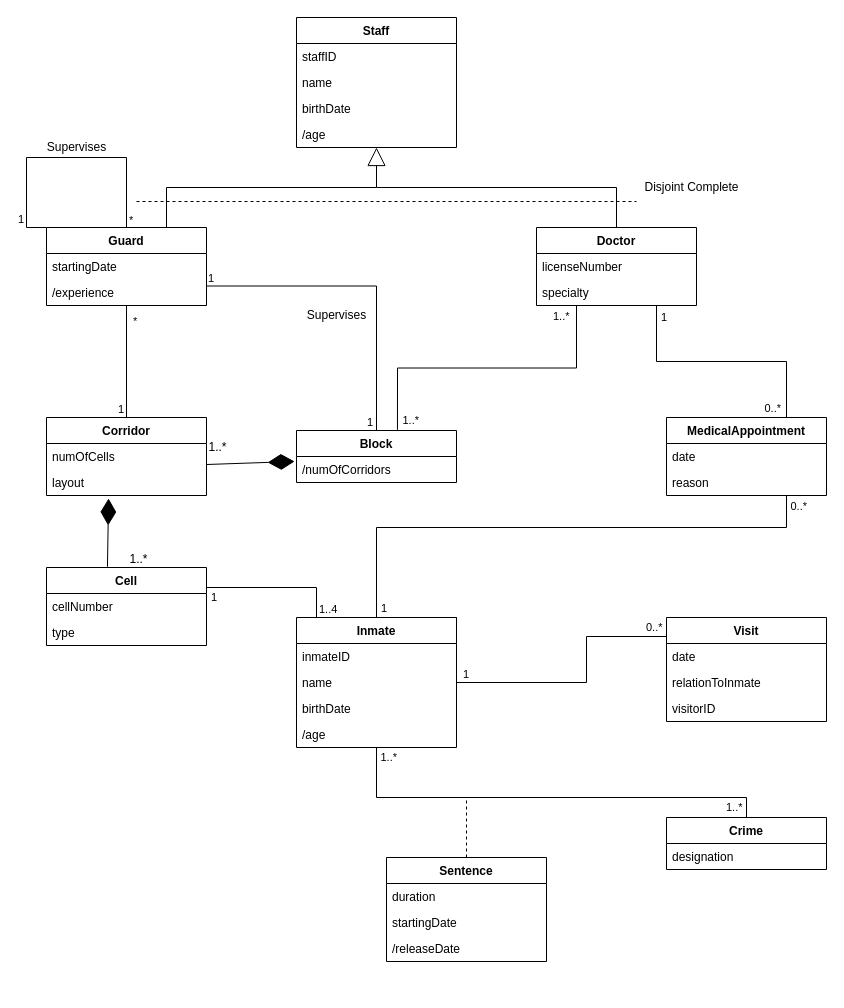
This is Untitled Diagram.drawio from up201706117/BD_PrisonProject, a draw.io file, before an edit. Source tidied: cells renumbered, new cells numbered last; positions are measured from the earlier drawing's top-left corner, leaving out a move shared by most shapes. Both pictures are drawn from the tidied source at 100%, with x=0, y=0 at pixel (26, 17).
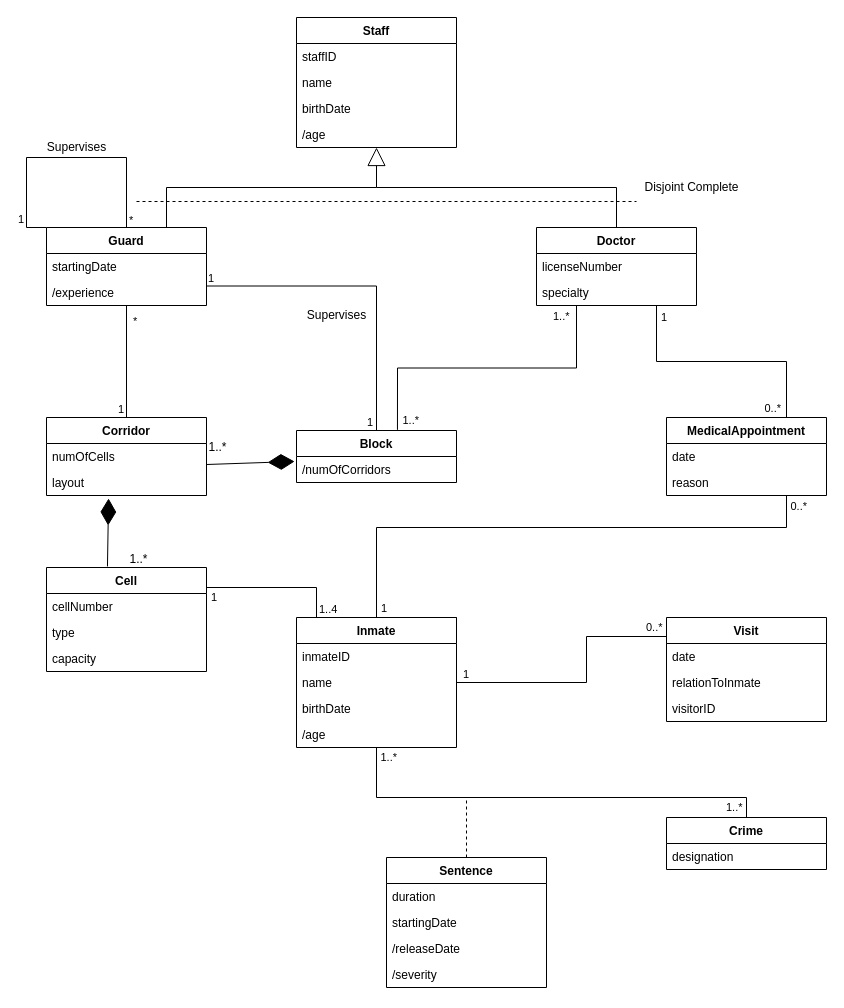
The same diagram, later.

The edit, as a diff of the source:
```diff
@@
     <mxCell id="19" value="Sentence" style="swimlane;fontStyle=1;align=center;verticalAlign=top;horizontal=1;startSize=26;" parent="1" vertex="1">
-      <mxGeometry x="360" y="840" width="160" height="104" as="geometry" />
+      <mxGeometry x="360" y="840" width="160" height="130" as="geometry" />
     </mxCell>
@@
+    <mxCell id="78" value="/severity" style="text;strokeColor=none;fillColor=none;align=left;verticalAlign=top;spacingLeft=4;spacingRight=4;overflow=hidden;fontStyle=0;" parent="19" vertex="1">
+      <mxGeometry y="104" width="160" height="26" as="geometry" />
+    </mxCell>
@@
     <mxCell id="25" value="Cell" style="swimlane;fontStyle=1;align=center;verticalAlign=top;horizontal=1;startSize=26;" parent="1" vertex="1">
-      <mxGeometry x="20" y="550" width="160" height="78" as="geometry" />
+      <mxGeometry x="20" y="550" width="160" height="104" as="geometry" />
     </mxCell>
@@
+    <mxCell id="79" value="capacity" style="text;strokeColor=none;fillColor=none;align=left;verticalAlign=top;spacingLeft=4;spacingRight=4;overflow=hidden;" parent="25" vertex="1">
+      <mxGeometry y="78" width="160" height="26" as="geometry" />
+    </mxCell>
```
